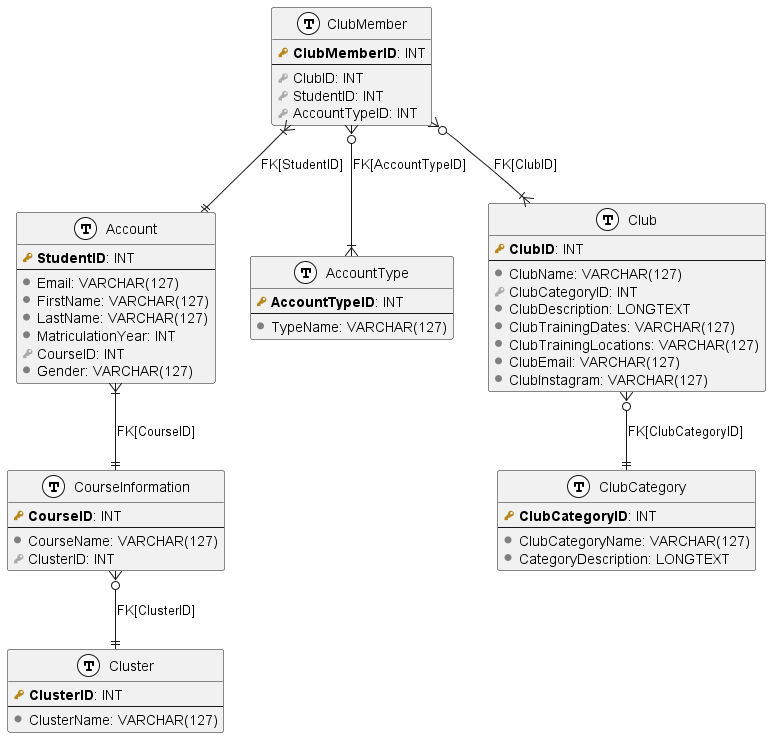
The PlantUML diagram docs/er_diagram.png in y1xing/inclubsit-backend, before a commit.
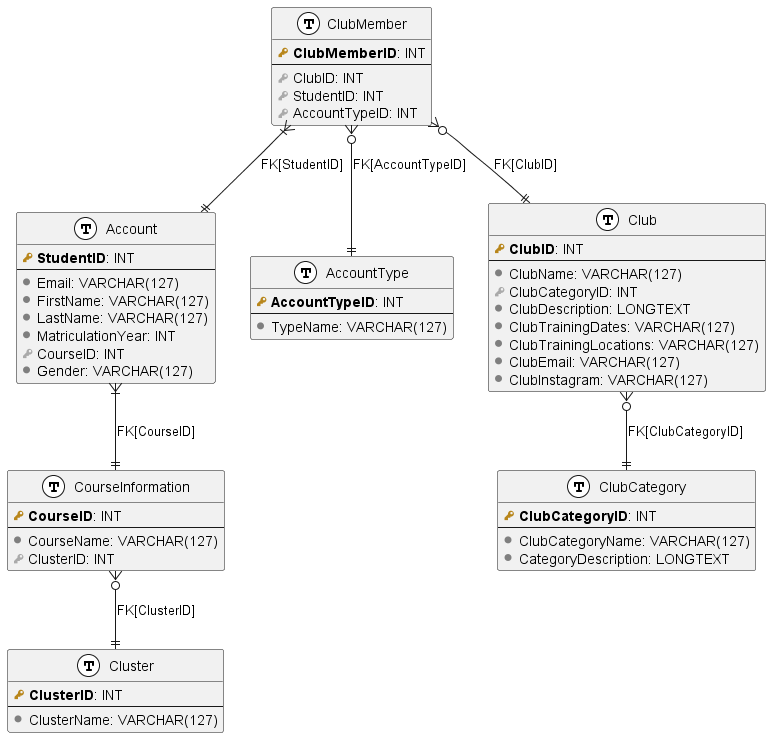
The same file after the commit.

The edit, as a diff of the source:
```diff
@@ -64,8 +64,8 @@
 CourseInformation }o--|| Cluster: FK[ClusterID]
 Account }|--|| CourseInformation: FK[CourseID]
 Club }o--|| ClubCategory: FK[ClubCategoryID]
-ClubMember }o--|{ Club: FK[ClubID]
+ClubMember }o--|| Club: FK[ClubID]
 ClubMember }|--|| Account: FK[StudentID]
-ClubMember }o--|{ AccountType: FK[AccountTypeID]
+ClubMember }o--|| AccountType: FK[AccountTypeID]
 
 @enduml
```
